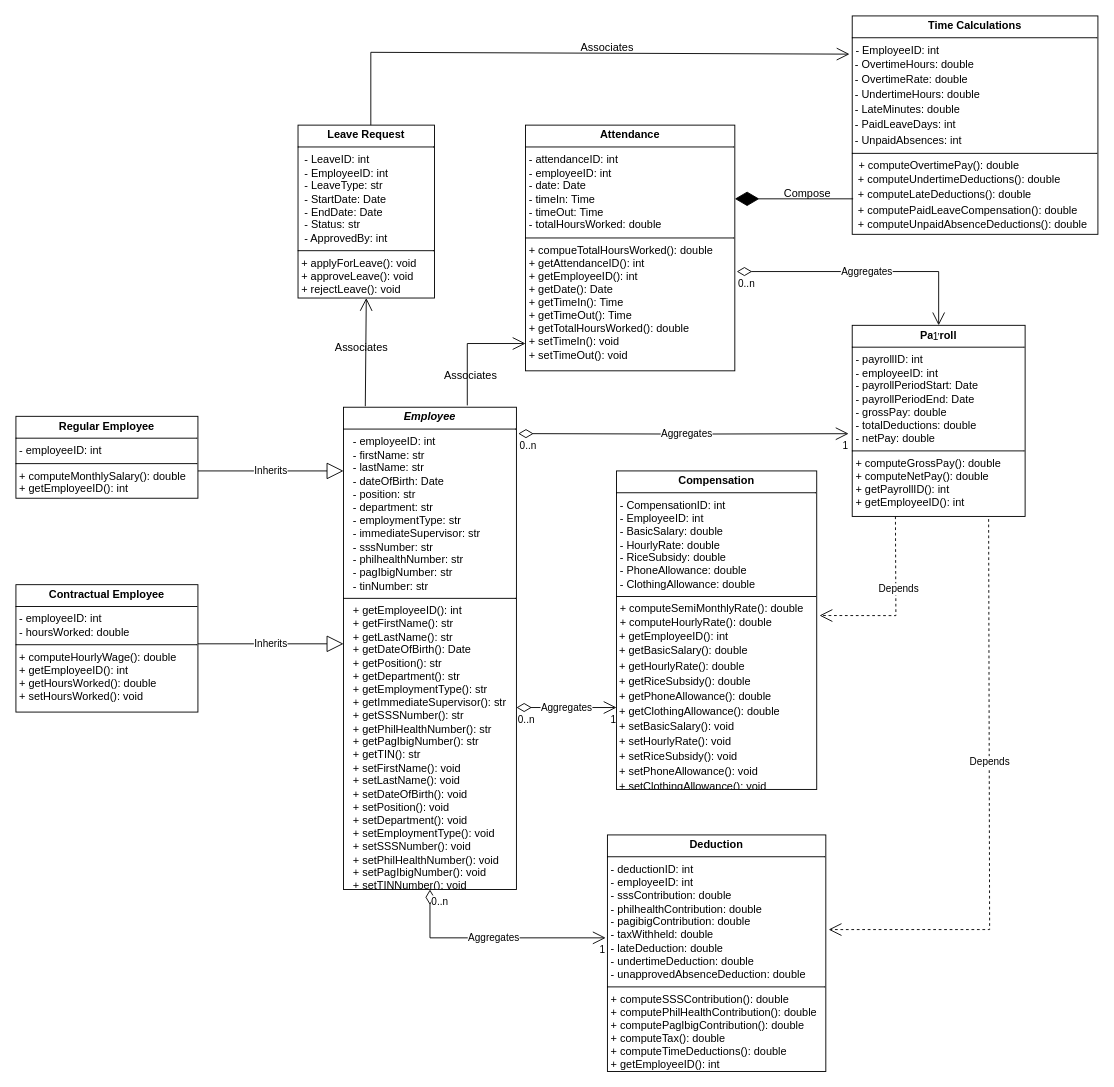
rmanalaysay/Homework-4-Implementing-Abstraction-in-Java keeps this draw.io diagram as src/Untitled Diagram.drawio. Above is the earlier version. Source tidied: cells renumbered, new cells numbered last; positions are measured from the earlier drawing's top-left corner, leaving out a move shared by most shapes. Both pictures are drawn from the tidied source at 91%, with x=0, y=0 at pixel (15, 15).
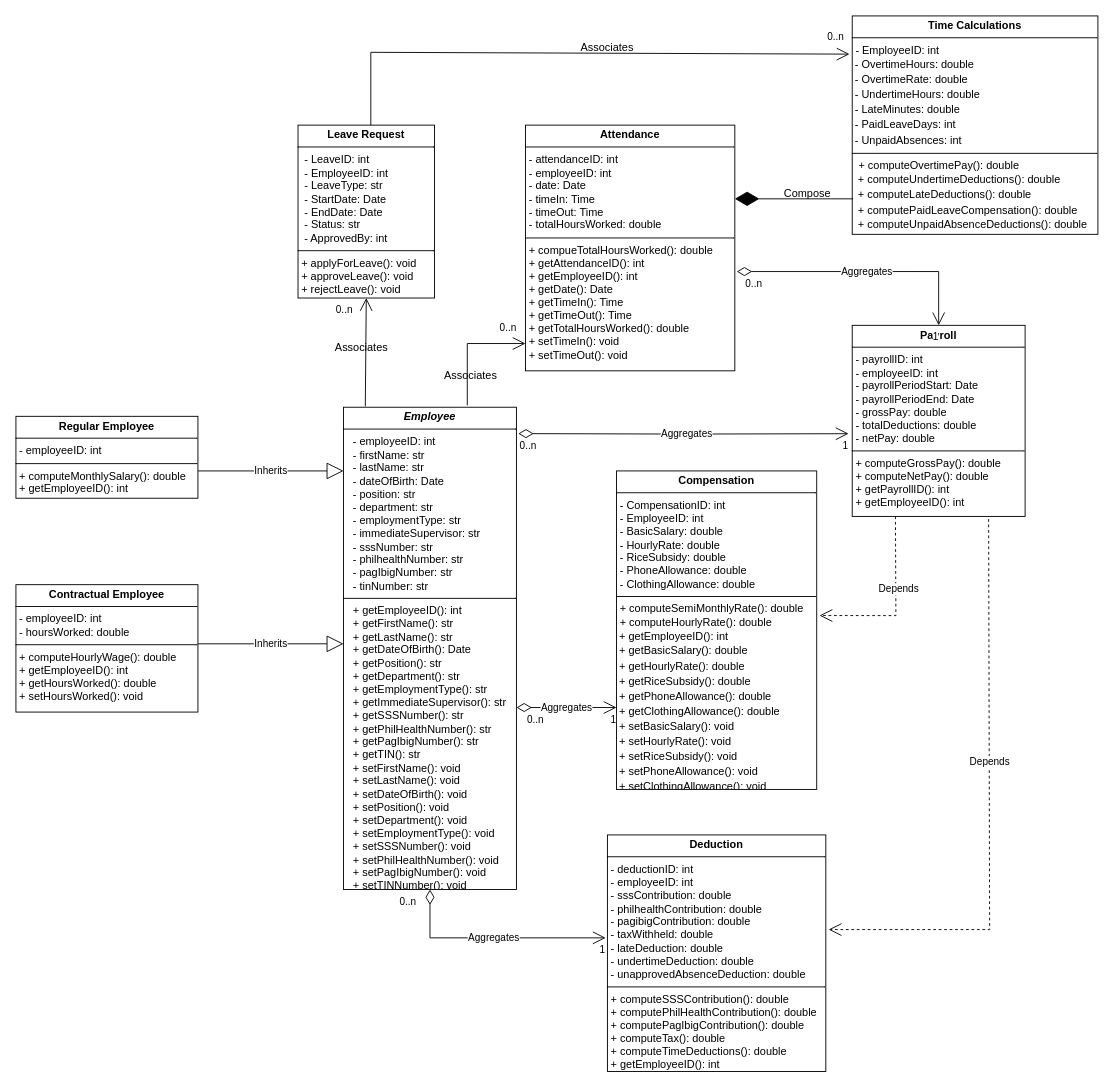
The same page after the edit.

Unchanged cells that the change refers to:
```xml
<mxCell id="17" value="Aggregates" style="endArrow=open;html=1;endSize=12;startArrow=diamondThin;startSize=14;startFill=0;edgeStyle=orthogonalEdgeStyle;rounded=0;" parent="1" edge="1">
  <mxGeometry relative="1" as="geometry">
    <mxPoint x="550" y="760" as="sourcePoint" />
    <mxPoint x="660" y="760" as="targetPoint" />
  </mxGeometry>
</mxCell>
<mxCell id="22" value="Aggregates" style="endArrow=open;html=1;endSize=12;startArrow=diamondThin;startSize=14;startFill=0;edgeStyle=orthogonalEdgeStyle;rounded=0;exitX=0.5;exitY=1;exitDx=0;exitDy=0;entryX=-0.008;entryY=0.435;entryDx=0;entryDy=0;entryPerimeter=0;" parent="1" edge="1" source="2" target="9">
  <mxGeometry relative="1" as="geometry" />
</mxCell>
<mxCell id="26" value="Aggregates" style="endArrow=open;html=1;endSize=12;startArrow=diamondThin;startSize=14;startFill=0;edgeStyle=orthogonalEdgeStyle;rounded=0;entryX=0.5;entryY=0;entryDx=0;entryDy=0;exitX=1.009;exitY=0.596;exitDx=0;exitDy=0;exitPerimeter=0;" parent="1" edge="1" source="8" target="3">
  <mxGeometry x="0.02" relative="1" as="geometry" />
</mxCell>
```

The edit, as a diff of the source:
```diff
@@
     <mxCell id="18" value="0..n" style="edgeLabel;html=1;align=left;verticalAlign=top;" parent="17" vertex="1">
-      <mxGeometry x="-1" relative="1" as="geometry" />
+      <mxGeometry x="-1" relative="1" as="geometry">
+        <mxPoint x="10" as="offset" />
+      </mxGeometry>
     </mxCell>
@@
     <mxCell id="23" value="0..n" style="edgeLabel;html=1;align=left;verticalAlign=top;" parent="22" vertex="1">
-      <mxGeometry x="-1" relative="1" as="geometry" />
+      <mxGeometry x="-1" relative="1" as="geometry">
+        <mxPoint x="-35" as="offset" />
+      </mxGeometry>
     </mxCell>
@@
     <mxCell id="27" value="0..n" style="edgeLabel;html=1;align=left;verticalAlign=top;" parent="26" vertex="1">
-      <mxGeometry x="-1" relative="1" as="geometry" />
+      <mxGeometry x="-1" relative="1" as="geometry">
+        <mxPoint x="8" as="offset" />
+      </mxGeometry>
     </mxCell>
@@
+    <mxCell id="36" value="0..n" style="edgeLabel;html=1;align=left;verticalAlign=top;" parent="1" vertex="1">
+      <mxGeometry x="350" y="310" as="geometry" />
+    </mxCell>
+    <mxCell id="37" value="0..n" style="edgeLabel;html=1;align=left;verticalAlign=top;" parent="1" vertex="1">
+      <mxGeometry x="530" y="330" as="geometry" />
+    </mxCell>
+    <mxCell id="38" value="0..n" style="edgeLabel;html=1;align=left;verticalAlign=top;" parent="1" vertex="1">
+      <mxGeometry x="890" y="10" as="geometry" />
+    </mxCell>
```
